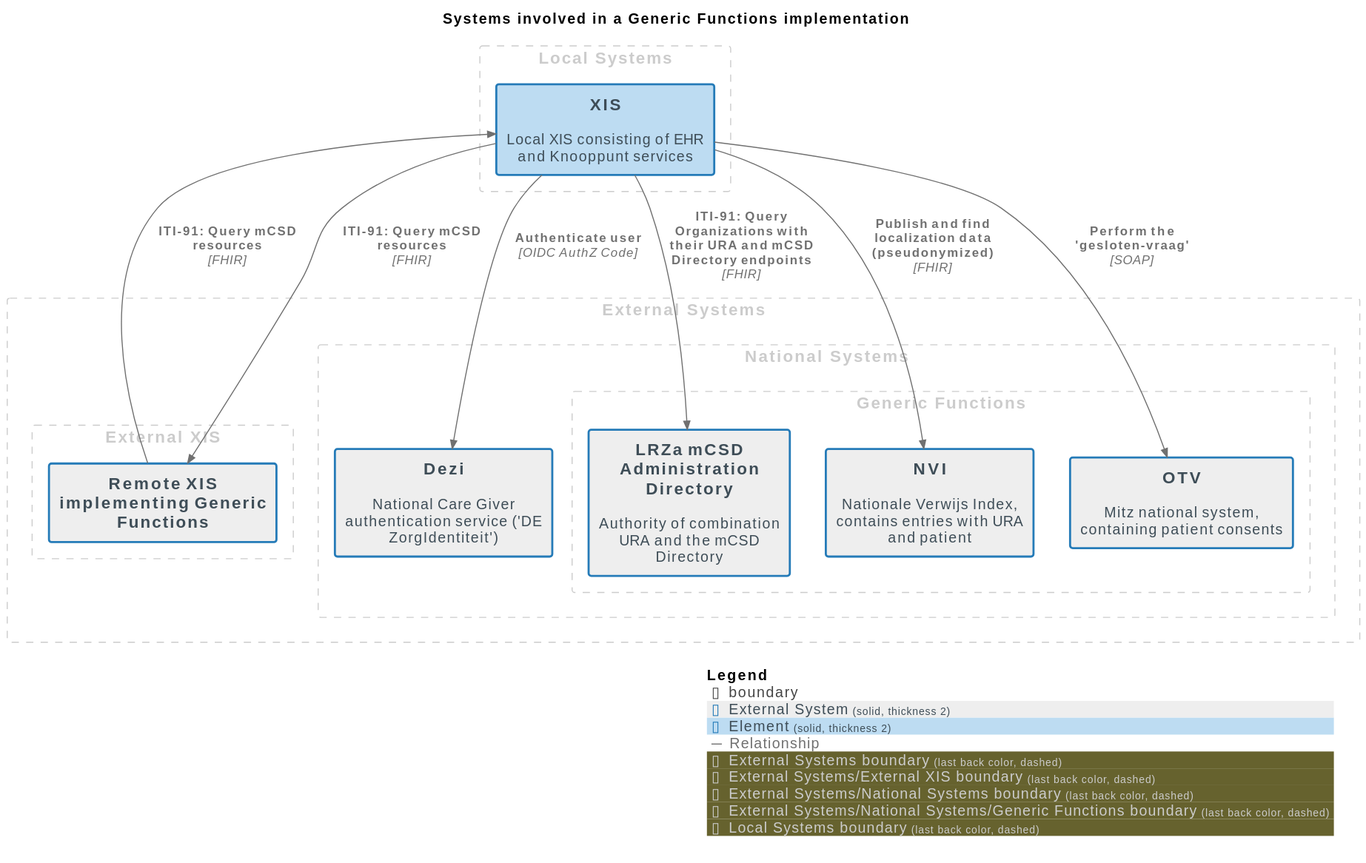
Earlier version of the PlantUML export docs/images/structurizr-GF_SystemContext.svg (nuts-foundation/nuts-knooppunt). Its diagram source:
```plantuml
@startuml
set separator none
title Systems involved in a Generic Functions implementation

top to bottom direction

!include <C4/C4>
!include <C4/C4_Context>

AddElementTag("External System", $bgColor="#eeeeee", $borderColor="#257bb8", $fontColor="#3e4d57", $sprite="", $shadowing="", $borderStyle="solid", $borderThickness="2")
AddElementTag("Element", $bgColor="#bddcf2", $borderColor="#257bb8", $fontColor="#3e4d57", $sprite="", $shadowing="", $borderStyle="solid", $borderThickness="2")

AddRelTag("Relationship", $textColor="#707070", $lineColor="#707070", $lineStyle = "")

AddBoundaryTag("External Systems", $borderColor="#cccccc", $fontColor="#cccccc", $borderStyle="dashed")
Boundary(group_1, "External Systems", $tags="External Systems") {
    AddBoundaryTag("External Systems/External XIS", $borderColor="#cccccc", $fontColor="#cccccc", $borderStyle="dashed")
    Boundary(group_2, "External XIS", $tags="External Systems/External XIS") {
      System(RemoteXISimplementingGenericFunctions, "Remote XIS\nimplementing Generic Functions", $descr="", $tags="External System", $link="")
    }

    AddBoundaryTag("External Systems/National Systems", $borderColor="#cccccc", $fontColor="#cccccc", $borderStyle="dashed")
    Boundary(group_3, "National Systems", $tags="External Systems/National Systems") {
      System(Dezi, "Dezi", $descr="National Care Giver authentication service ('DE ZorgIdentiteit')", $tags="External System", $link="")
        AddBoundaryTag("External Systems/National Systems/Generic Functions", $borderColor="#cccccc", $fontColor="#cccccc", $borderStyle="dashed")
        Boundary(group_4, "Generic Functions", $tags="External Systems/National Systems/Generic Functions") {
          System(LRZamCSDAdministrationDirectory, "LRZa mCSD Administration Directory", $descr="Authority of combination URA and the mCSD Directory", $tags="External System", $link="")
          System(NVI, "NVI", $descr="Nationale Verwijs Index, contains entries with URA and patient", $tags="External System", $link="")
          System(OTV, "OTV", $descr="Mitz national system, containing patient consents", $tags="External System", $link="")
        }

    }

}

AddBoundaryTag("Local Systems", $borderColor="#cccccc", $fontColor="#cccccc", $borderStyle="dashed")
Boundary(group_5, "Local Systems", $tags="Local Systems") {
  System(XIS, "XIS", $descr="Local XIS consisting of EHR and Knooppunt services", $tags="Element", $link="")
}


Rel(RemoteXISimplementingGenericFunctions, XIS, "ITI-91: Query mCSD resources", $techn="FHIR", $tags="Relationship", $link="")
Rel(XIS, LRZamCSDAdministrationDirectory, "ITI-91: Query Organizations with their URA and mCSD Directory endpoints", $techn="FHIR", $tags="Relationship", $link="")
Rel(XIS, RemoteXISimplementingGenericFunctions, "ITI-91: Query mCSD resources", $techn="FHIR", $tags="Relationship", $link="")
Rel(XIS, NVI, "Publish and find localization data\n(pseudonymized)", $techn="FHIR", $tags="Relationship", $link="")
Rel(XIS, OTV, "Perform the 'gesloten-vraag'", $techn="SOAP", $tags="Relationship", $link="")
Rel(XIS, Dezi, "Authenticate user", $techn="OIDC AuthZ Code", $tags="Relationship", $link="")

SHOW_LEGEND(true)
@enduml
```
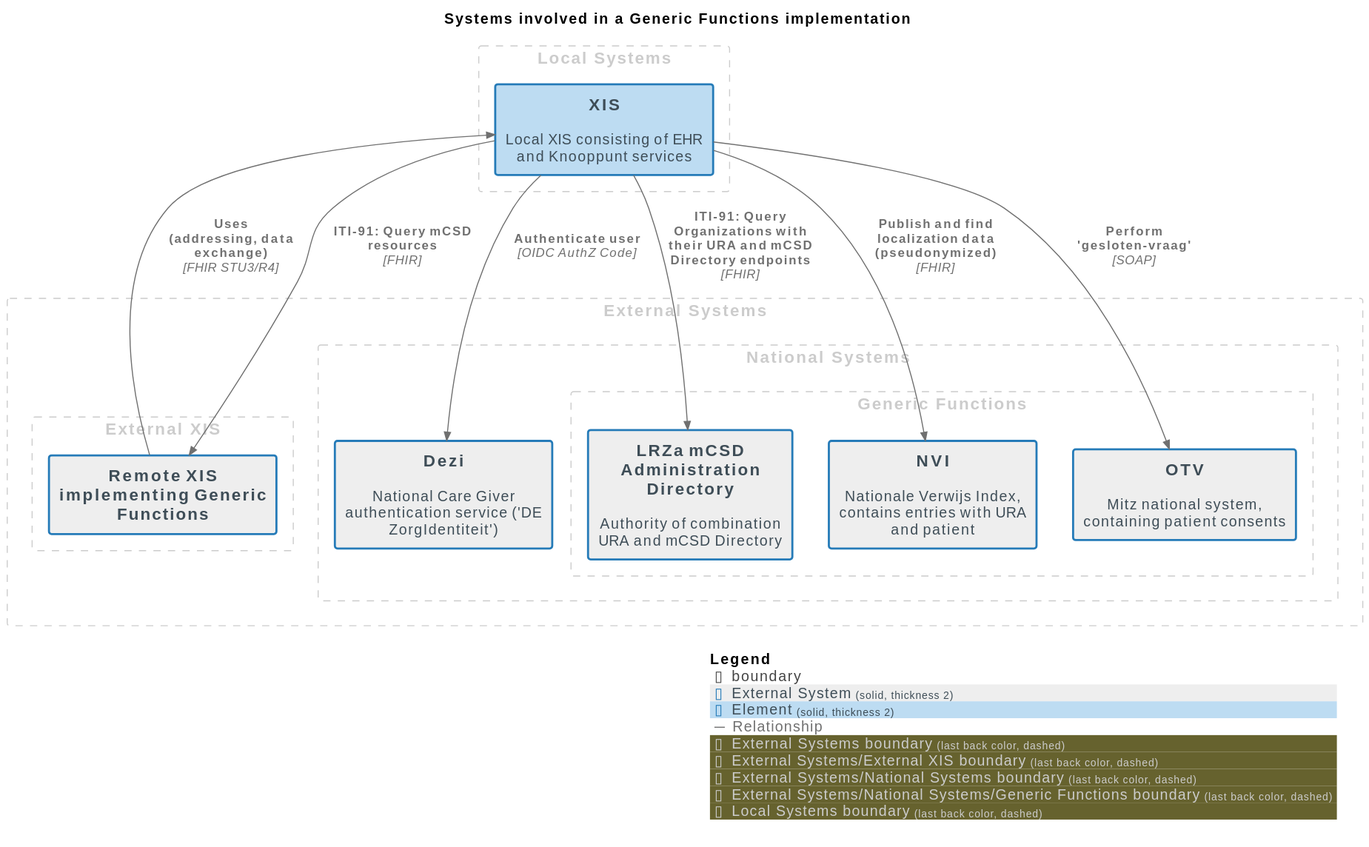
Above is the later version.

What changed in the source:
```diff
@@ -24,7 +24,7 @@
       System(Dezi, "Dezi", $descr="National Care Giver authentication service ('DE ZorgIdentiteit')", $tags="External System", $link="")
         AddBoundaryTag("External Systems/National Systems/Generic Functions", $borderColor="#cccccc", $fontColor="#cccccc", $borderStyle="dashed")
         Boundary(group_4, "Generic Functions", $tags="External Systems/National Systems/Generic Functions") {
-          System(LRZamCSDAdministrationDirectory, "LRZa mCSD Administration Directory", $descr="Authority of combination URA and the mCSD Directory", $tags="External System", $link="")
+          System(LRZamCSDAdministrationDirectory, "LRZa mCSD Administration Directory", $descr="Authority of combination URA and mCSD Directory", $tags="External System", $link="")
           System(NVI, "NVI", $descr="Nationale Verwijs Index, contains entries with URA and patient", $tags="External System", $link="")
           System(OTV, "OTV", $descr="Mitz national system, containing patient consents", $tags="External System", $link="")
         }
@@ -39,11 +39,11 @@
 }
 
 
-Rel(RemoteXISimplementingGenericFunctions, XIS, "ITI-91: Query mCSD resources", $techn="FHIR", $tags="Relationship", $link="")
+Rel(RemoteXISimplementingGenericFunctions, XIS, "Uses\n(addressing, data exchange)", $techn="FHIR STU3/R4", $tags="Relationship", $link="")
 Rel(XIS, LRZamCSDAdministrationDirectory, "ITI-91: Query Organizations with their URA and mCSD Directory endpoints", $techn="FHIR", $tags="Relationship", $link="")
 Rel(XIS, RemoteXISimplementingGenericFunctions, "ITI-91: Query mCSD resources", $techn="FHIR", $tags="Relationship", $link="")
 Rel(XIS, NVI, "Publish and find localization data\n(pseudonymized)", $techn="FHIR", $tags="Relationship", $link="")
-Rel(XIS, OTV, "Perform the 'gesloten-vraag'", $techn="SOAP", $tags="Relationship", $link="")
+Rel(XIS, OTV, "Perform 'gesloten-vraag'", $techn="SOAP", $tags="Relationship", $link="")
 Rel(XIS, Dezi, "Authenticate user", $techn="OIDC AuthZ Code", $tags="Relationship", $link="")
 
 SHOW_LEGEND(true)
```
